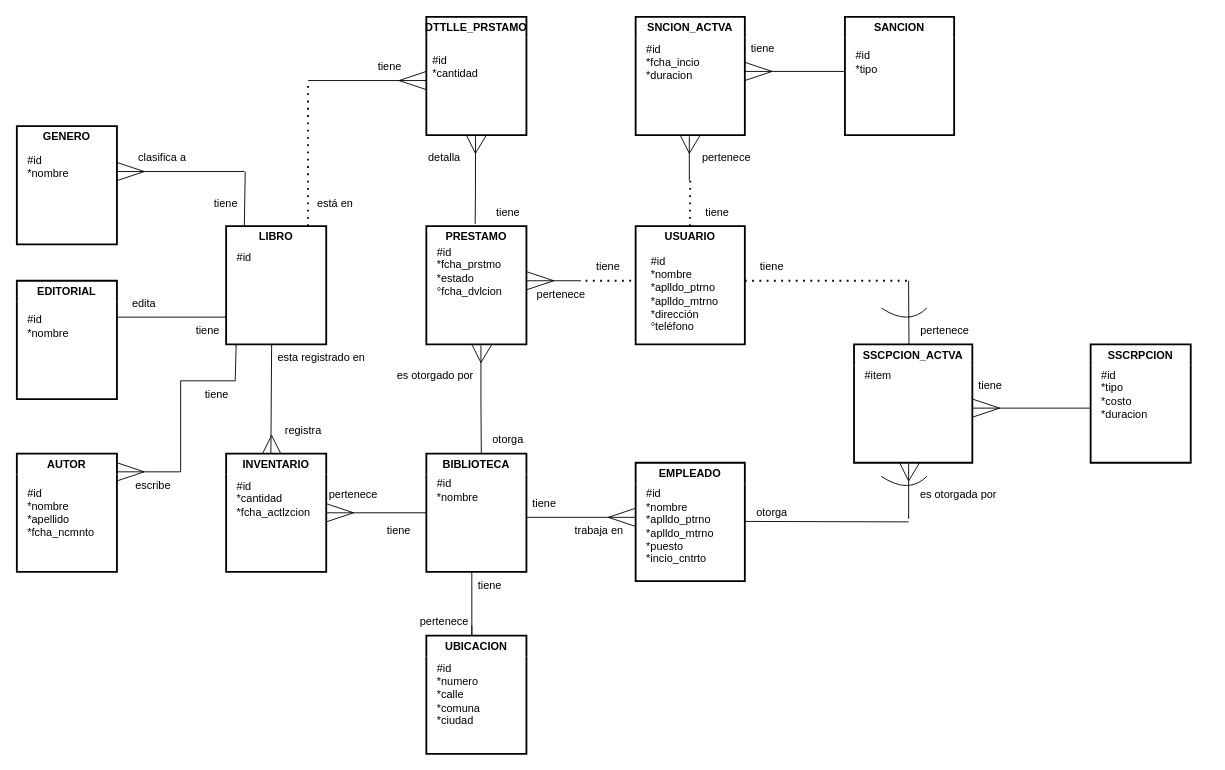
AlexisEV/diagramas-er keeps this draw.io diagram as page "Page-1" (1 of 3) of examen_practico.drawio. Above is the earlier version. Source tidied: cells renumbered, new cells numbered last; positions are measured from the earlier drawing's top-left corner, leaving out a move shared by most shapes. Both pictures are drawn from the tidied source at 91%, with x=0, y=0 at pixel (16, 16).
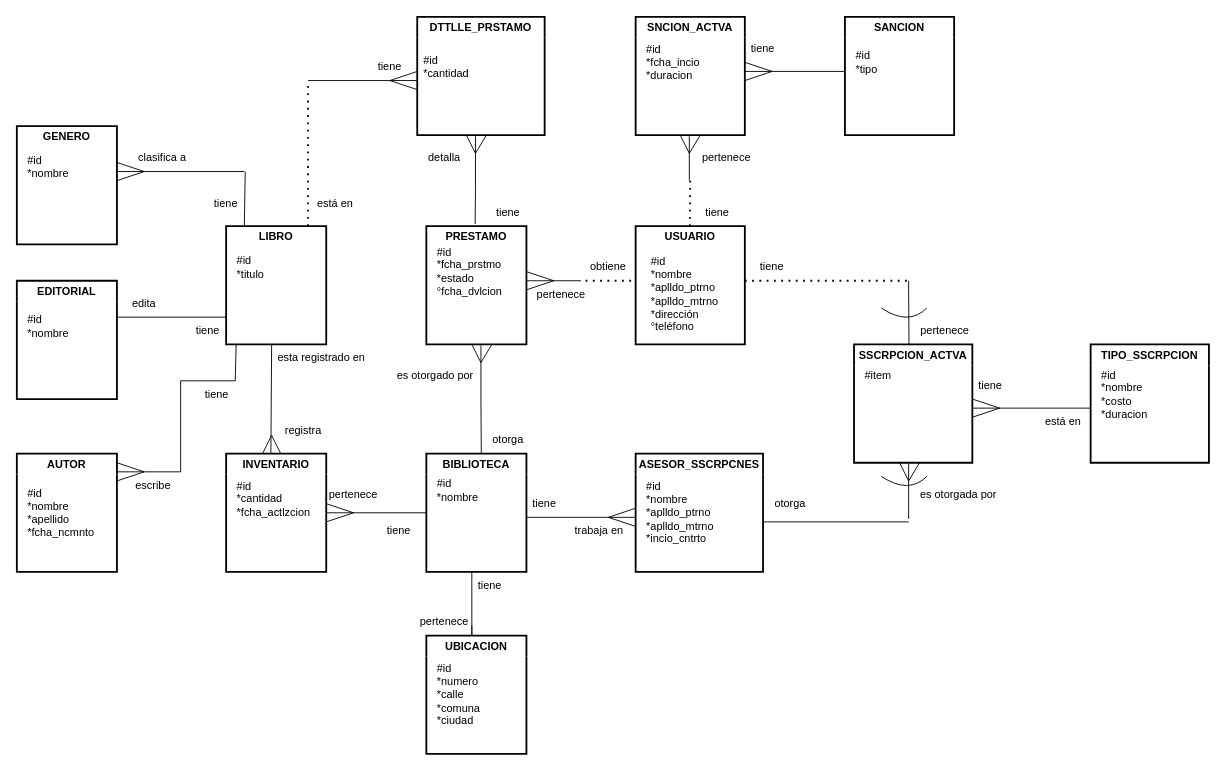
Above is the later version.

The change refers to these unchanged cells:
```xml
<mxCell id="2" value="LIBRO" style="swimlane;whiteSpace=wrap;html=1;perimeterSpacing=7;strokeWidth=2;swimlaneLine=0;glass=0;fillColor=none;strokeColor=#000000;" parent="1" vertex="1">
  <mxGeometry x="230" y="230" width="110" height="130" as="geometry" />
</mxCell>
```

Diff of the diagram source:
```diff
@@
-    <mxCell id="3" value="#id&lt;br&gt;" style="text;html=1;align=left;verticalAlign=middle;strokeColor=none;fillColor=none;" parent="2" vertex="1">
-      <mxGeometry x="10" y="20" width="40" height="30" as="geometry" />
+    <mxCell id="3" value="#id&lt;br&gt;*titulo" style="text;html=1;align=left;verticalAlign=middle;strokeColor=none;fillColor=none;" parent="2" vertex="1">
+      <mxGeometry x="10" y="25" width="50" height="40" as="geometry" />
     </mxCell>
@@
-    <mxCell id="8" value="EMPLEADO" style="swimlane;whiteSpace=wrap;html=1;perimeterSpacing=7;strokeWidth=2;swimlaneLine=0;glass=0;fillColor=none;strokeColor=#000000;" parent="1" vertex="1">
-      <mxGeometry x="680" y="490" width="120" height="130" as="geometry" />
+    <mxCell id="8" value="ASESOR_SSCRPCNES" style="swimlane;whiteSpace=wrap;html=1;perimeterSpacing=7;strokeWidth=2;swimlaneLine=0;glass=0;fillColor=none;strokeColor=#000000;" parent="1" vertex="1">
+      <mxGeometry x="680" y="480" width="140" height="130" as="geometry" />
     </mxCell>
-    <mxCell id="9" value="#id&lt;br&gt;*nombre&lt;br&gt;*aplldo_ptrno&lt;br style=&quot;border-color: var(--border-color);&quot;&gt;*aplldo_mtrno&lt;br&gt;*puesto&lt;br&gt;*incio_cntrto" style="text;html=1;align=left;verticalAlign=middle;strokeColor=none;fillColor=none;" parent="8" vertex="1">
-      <mxGeometry x="10" y="20" width="100" height="100" as="geometry" />
+    <mxCell id="9" value="#id&lt;br&gt;*nombre&lt;br&gt;*aplldo_ptrno&lt;br style=&quot;border-color: var(--border-color);&quot;&gt;*aplldo_mtrno&lt;br&gt;*incio_cntrto" style="text;html=1;align=left;verticalAlign=middle;strokeColor=none;fillColor=none;" parent="8" vertex="1">
+      <mxGeometry x="10" y="20" width="100" height="90" as="geometry" />
     </mxCell>
@@
-    <mxCell id="18" value="SSCRPCION" style="swimlane;whiteSpace=wrap;html=1;perimeterSpacing=7;strokeWidth=2;swimlaneLine=0;glass=0;fillColor=none;strokeColor=#000000;startSize=23;" parent="1" vertex="1">
-      <mxGeometry x="1180" y="360" width="110" height="130" as="geometry" />
+    <mxCell id="18" value="TIPO_SSCRPCION" style="swimlane;whiteSpace=wrap;html=1;perimeterSpacing=7;strokeWidth=2;swimlaneLine=0;glass=0;fillColor=none;strokeColor=#000000;startSize=23;" parent="1" vertex="1">
+      <mxGeometry x="1180" y="360" width="130" height="130" as="geometry" />
     </mxCell>
-    <mxCell id="19" value="#id&lt;br&gt;*tipo&lt;br&gt;*costo&lt;br&gt;*duracion" style="text;html=1;align=left;verticalAlign=middle;strokeColor=none;fillColor=none;" parent="18" vertex="1">
+    <mxCell id="19" value="#id&lt;br&gt;*nombre&lt;br&gt;*costo&lt;br&gt;*duracion" style="text;html=1;align=left;verticalAlign=middle;strokeColor=none;fillColor=none;" parent="18" vertex="1">
       <mxGeometry x="10" y="20" width="70" height="70" as="geometry" />
     </mxCell>
@@
-    <mxCell id="34" value="SSCPCION_ACTVA" style="swimlane;whiteSpace=wrap;html=1;perimeterSpacing=7;strokeWidth=2;swimlaneLine=0;glass=0;fillColor=none;strokeColor=#000000;startSize=23;" parent="1" vertex="1">
+    <mxCell id="34" value="SSCRPCION_ACTVA" style="swimlane;whiteSpace=wrap;html=1;perimeterSpacing=7;strokeWidth=2;swimlaneLine=0;glass=0;fillColor=none;strokeColor=#000000;startSize=23;" parent="1" vertex="1">
       <mxGeometry x="920" y="360" width="130" height="130" as="geometry" />
     </mxCell>
@@
     <mxCell id="45" value="DTTLLE_PRSTAMO" style="swimlane;whiteSpace=wrap;html=1;perimeterSpacing=7;strokeWidth=2;swimlaneLine=0;glass=0;fillColor=none;strokeColor=#000000;" parent="1" vertex="1">
-      <mxGeometry x="450" width="110" height="130" as="geometry" />
+      <mxGeometry x="440" width="140" height="130" as="geometry" />
     </mxCell>
@@
     <mxCell id="53" style="endArrow=none;html=1;rounded=0;" parent="1" edge="1">
       <mxGeometry relative="1" as="geometry">
-        <mxPoint x="800" y="554.5" as="sourcePoint" />
+        <mxPoint x="820" y="555" as="sourcePoint" />
         <mxPoint x="980" y="555" as="targetPoint" />
       </mxGeometry>
     </mxCell>
@@
     <mxCell id="73" style="endArrow=none;html=1;rounded=0;" parent="1" edge="1">
       <mxGeometry relative="1" as="geometry">
         <mxPoint x="320" y="70" as="sourcePoint" />
-        <mxPoint x="450" y="70" as="targetPoint" />
+        <mxPoint x="440" y="70" as="targetPoint" />
       </mxGeometry>
     </mxCell>
     <mxCell id="74" style="endArrow=none;html=1;rounded=0;" parent="1" edge="1">
       <mxGeometry relative="1" as="geometry">
-        <mxPoint x="420" y="70" as="sourcePoint" />
-        <mxPoint x="450" y="80" as="targetPoint" />
+        <mxPoint x="410" y="70" as="sourcePoint" />
+        <mxPoint x="440" y="80" as="targetPoint" />
       </mxGeometry>
     </mxCell>
     <mxCell id="75" style="endArrow=none;html=1;rounded=0;" parent="1" edge="1">
       <mxGeometry relative="1" as="geometry">
-        <mxPoint x="420" y="70" as="sourcePoint" />
-        <mxPoint x="450" y="60" as="targetPoint" />
+        <mxPoint x="410" y="70" as="sourcePoint" />
+        <mxPoint x="440" y="60" as="targetPoint" />
       </mxGeometry>
     </mxCell>
@@
-    <mxCell id="101" value="tiene" style="text;html=1;strokeColor=none;fillColor=none;align=center;verticalAlign=middle;whiteSpace=wrap;rounded=0;" parent="1" vertex="1">
+    <mxCell id="101" value="obtiene" style="text;html=1;strokeColor=none;fillColor=none;align=center;verticalAlign=middle;whiteSpace=wrap;rounded=0;" parent="1" vertex="1">
       <mxGeometry x="620" y="260" width="60" height="30" as="geometry" />
     </mxCell>
@@
     <mxCell id="110" value="otorga" style="text;html=1;strokeColor=none;fillColor=none;align=center;verticalAlign=middle;whiteSpace=wrap;rounded=0;" parent="1" vertex="1">
-      <mxGeometry x="800" y="530" width="60" height="30" as="geometry" />
+      <mxGeometry x="820" y="520" width="60" height="30" as="geometry" />
     </mxCell>
@@
+    <mxCell id="115" value="está en" style="text;html=1;strokeColor=none;fillColor=none;align=center;verticalAlign=middle;whiteSpace=wrap;rounded=0;" parent="1" vertex="1">
+      <mxGeometry x="1120" y="430" width="60" height="30" as="geometry" />
+    </mxCell>
```
